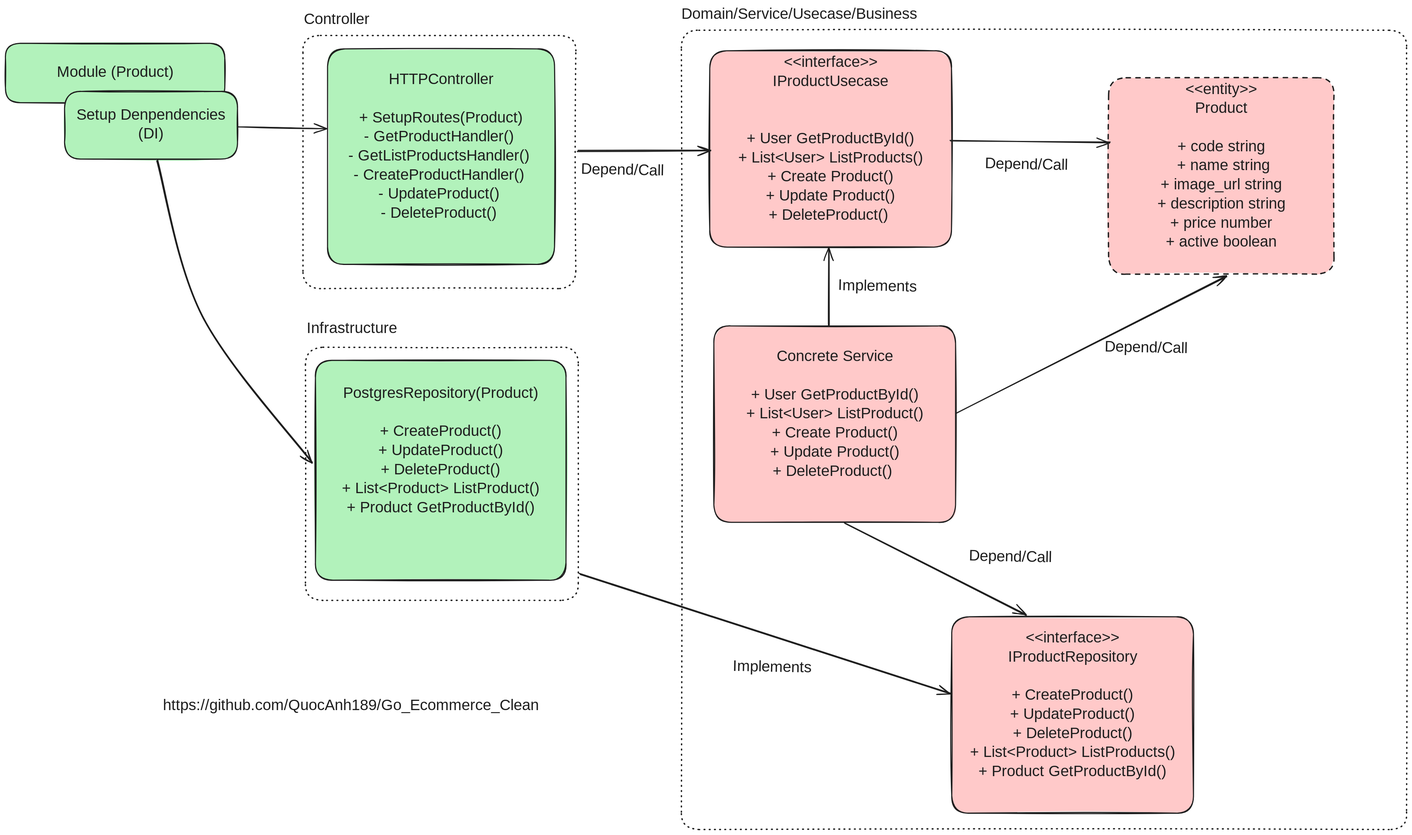
Above: docs/static/product_module.excalidraw.svg in zofiyacodes/ecommerce-react (Excalidraw), before the change. Source tidied: one line per element, renumbered; positions are measured from the earlier drawing's top-left corner, leaving out a move shared by most shapes.
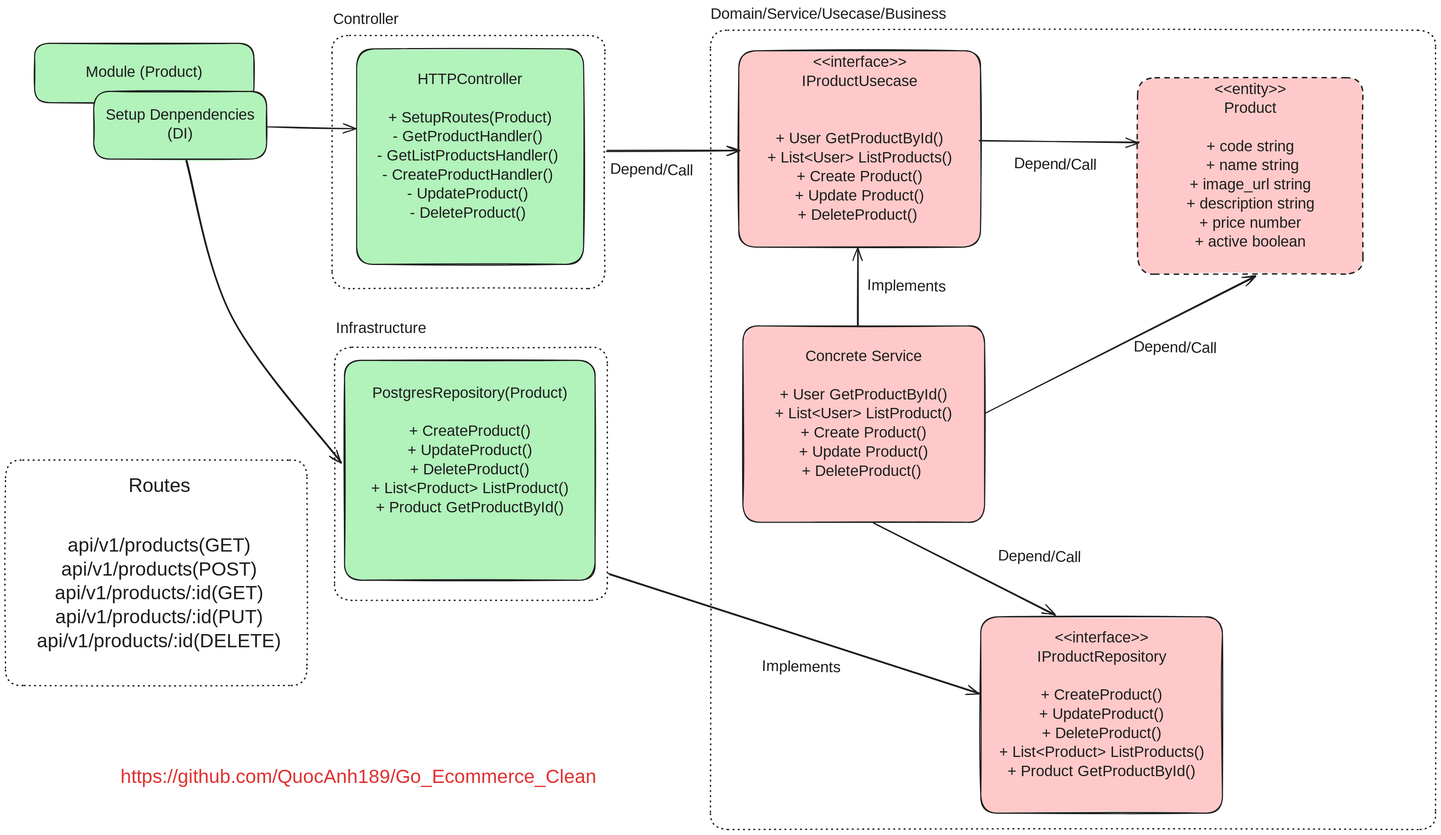
The same file after the commit.

What changed in the source:
```diff
@@ -34,4 +34,7 @@
 {"id": 33, "type": "text", "text": "Depend/Call", "strokeColor": "#1e1e1e", "angle": 0.02, "strokeWidth": 2, "strokeStyle": "dashed", "roughness": 1, "fontSize": 28, "fontFamily": 5, "x": 1055, "y": 286, "width": 216, "height": 35}
 {"id": 34, "type": "arrow", "strokeColor": "#1e1e1e", "backgroundColor": "#ffc9c9", "fillStyle": "solid", "strokeWidth": 2, "roughness": 1, "endArrowhead": "arrow", "from": 2, "to": 6, "x": 426, "y": 223, "width": 163, "height": 3, "points": [[0, 0], [163, 3]]}
 {"id": 35, "type": "arrow", "strokeColor": "#1e1e1e", "backgroundColor": "#ffc9c9", "fillStyle": "solid", "strokeWidth": 2, "roughness": 1, "endArrowhead": "arrow", "round": true, "from": 2, "to": 8, "x": 279, "y": 284, "width": 283, "height": 554, "points": [[0, 0], [81, 285], [283, 554]]}
-{"id": 36, "type": "text", "text": "https://github.com/QuocAnh189/Go_Ecommerce_Clean", "strokeColor": "#1e1e1e", "strokeWidth": 2, "strokeStyle": "dashed", "roughness": 1, "fontSize": 28, "fontFamily": 5, "x": 288, "y": 1267, "width": 758, "height": 35}
+{"id": 36, "type": "text", "text": "https://github.com/QuocAnh189/Go_Ecommerce_Clean", "strokeColor": "#e03131", "strokeWidth": 2, "strokeStyle": "dashed", "roughness": 1, "fontSize": 35.34, "fontFamily": 5, "x": 157, "y": 1394, "width": 957, "height": 44}
+{"id": 37, "type": "rectangle", "strokeColor": "#1e1e1e", "strokeWidth": 2, "strokeStyle": "dotted", "roughness": 1, "round": true, "x": -53, "y": 833, "width": 553, "height": 413}
+{"id": 38, "type": "text", "text": "api/v1/products(GET)\napi/v1/products(POST)\napi/v1/products/:id(GET)\napi/v1/products/:id(PUT)\napi/v1/products/:id(DELETE)", "strokeColor": "#1e1e1e", "backgroundColor": "#ffc9c9", "fillStyle": "solid", "strokeWidth": 2, "roughness": 1, "fontSize": 34.97, "fontFamily": 5, "textAlign": "center", "x": -26, "y": 970, "width": 509, "height": 219}
+{"id": 39, "type": "text", "text": "Routes", "strokeColor": "#1e1e1e", "backgroundColor": "#ffc9c9", "fillStyle": "solid", "strokeWidth": 2, "roughness": 1, "fontSize": 36, "fontFamily": 5, "textAlign": "center", "x": 166, "y": 860, "width": 127, "height": 45}
```
